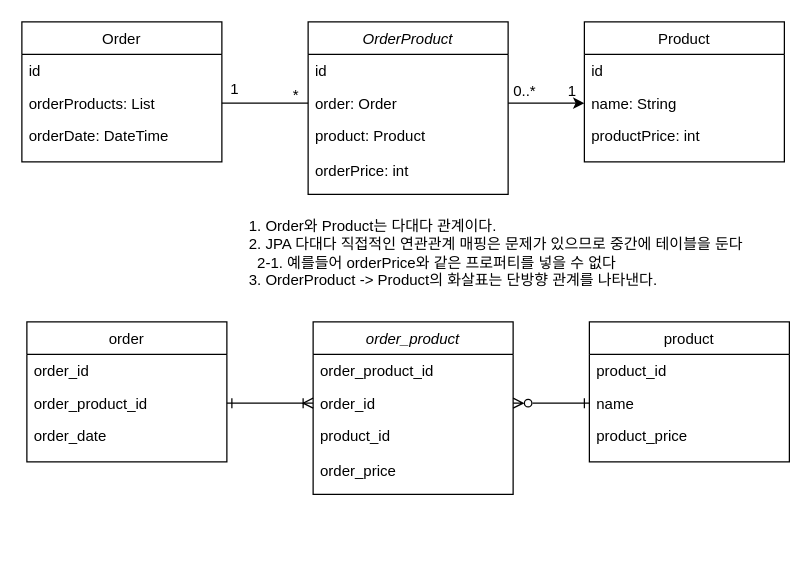
Above: doc/Untitled Diagram.drawio in kyupid/myoop (draw.io), before the change. Source tidied: cells renumbered, new cells numbered last; positions are measured from the earlier drawing's top-left corner, leaving out a move shared by most shapes. Both pictures are drawn from the tidied source at 125%, with x=0, y=0 at pixel (21, 21).
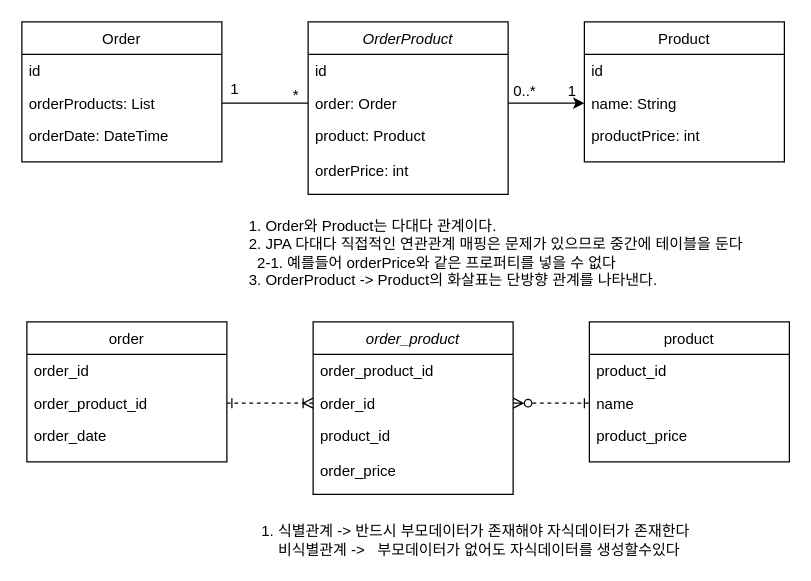
After the change.

Commit message:
ERD 비/식별관계 추가

The change refers to these unchanged cells:
```xml
<mxCell id="24" value="order_id" style="text;align=left;verticalAlign=top;spacingLeft=4;spacingRight=4;overflow=hidden;points=[[0,0.5],[1,0.5]];portConstraint=eastwest;rounded=0;shadow=0;html=0;" parent="22" vertex="1">
  <mxGeometry y="52" width="160" height="26" as="geometry" />
</mxCell>
<mxCell id="28" value="order_product_id" style="text;align=left;verticalAlign=top;spacingLeft=4;spacingRight=4;overflow=hidden;points=[[0,0.5],[1,0.5]];portConstraint=eastwest;rounded=0;shadow=0;html=0;" parent="26" vertex="1">
  <mxGeometry y="52" width="160" height="26" as="geometry" />
</mxCell>
<mxCell id="32" value="name" style="text;align=left;verticalAlign=top;spacingLeft=4;spacingRight=4;overflow=hidden;points=[[0,0.5],[1,0.5]];portConstraint=eastwest;rounded=0;shadow=0;html=0;" parent="30" vertex="1">
  <mxGeometry y="52" width="160" height="26" as="geometry" />
</mxCell>
```

Change to the diagram source:
```diff
@@
-    <mxCell id="35" style="edgeStyle=orthogonalEdgeStyle;rounded=0;jettySize=auto;html=1;endArrow=ERone;endFill=0;strokeColor=default;entryX=0;entryY=0.5;entryDx=0;entryDy=0;startArrow=ERzeroToMany;startFill=0;" parent="1" edge="1" source="24" target="32">
+    <mxCell id="35" style="edgeStyle=orthogonalEdgeStyle;rounded=0;jettySize=auto;html=1;endArrow=ERone;endFill=0;strokeColor=default;entryX=0;entryY=0.5;entryDx=0;entryDy=0;startArrow=ERzeroToMany;startFill=0;dashed=1;" parent="1" edge="1" source="24" target="32">
       <mxGeometry relative="1" as="geometry" />
     </mxCell>
-    <mxCell id="36" style="edgeStyle=orthogonalEdgeStyle;rounded=0;jettySize=auto;html=1;endArrow=ERoneToMany;endFill=0;strokeColor=default;entryX=0;entryY=0.5;entryDx=0;entryDy=0;startArrow=ERone;startFill=0;" parent="1" edge="1" source="28" target="24">
+    <mxCell id="36" style="edgeStyle=orthogonalEdgeStyle;rounded=0;jettySize=auto;html=1;endArrow=ERoneToMany;endFill=0;strokeColor=default;entryX=0;entryY=0.5;entryDx=0;entryDy=0;startArrow=ERone;startFill=0;dashed=1;" parent="1" edge="1" source="28" target="24">
       <mxGeometry relative="1" as="geometry" />
     </mxCell>
+    <mxCell id="37" value="1. 식별관계 -&amp;gt; 반드시 부모데이터가 존재해야 자식데이터가 존재한다&lt;br&gt;&amp;nbsp; &amp;nbsp; 비식별관계 -&amp;gt;&amp;nbsp; &amp;nbsp;부모데이터가 없어도 자식데이터를 생성할수있다" style="text;html=1;align=left;verticalAlign=middle;strokeColor=none;fillColor=none;" parent="1" vertex="1">
+      <mxGeometry x="190" y="400" width="340" height="30" as="geometry" />
+    </mxCell>
```
